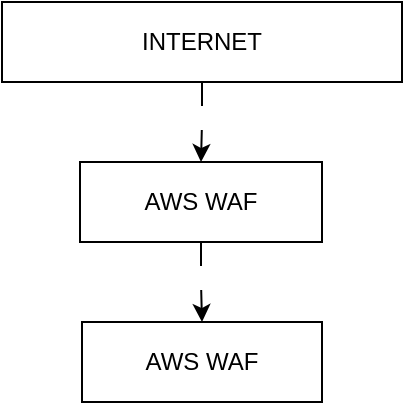
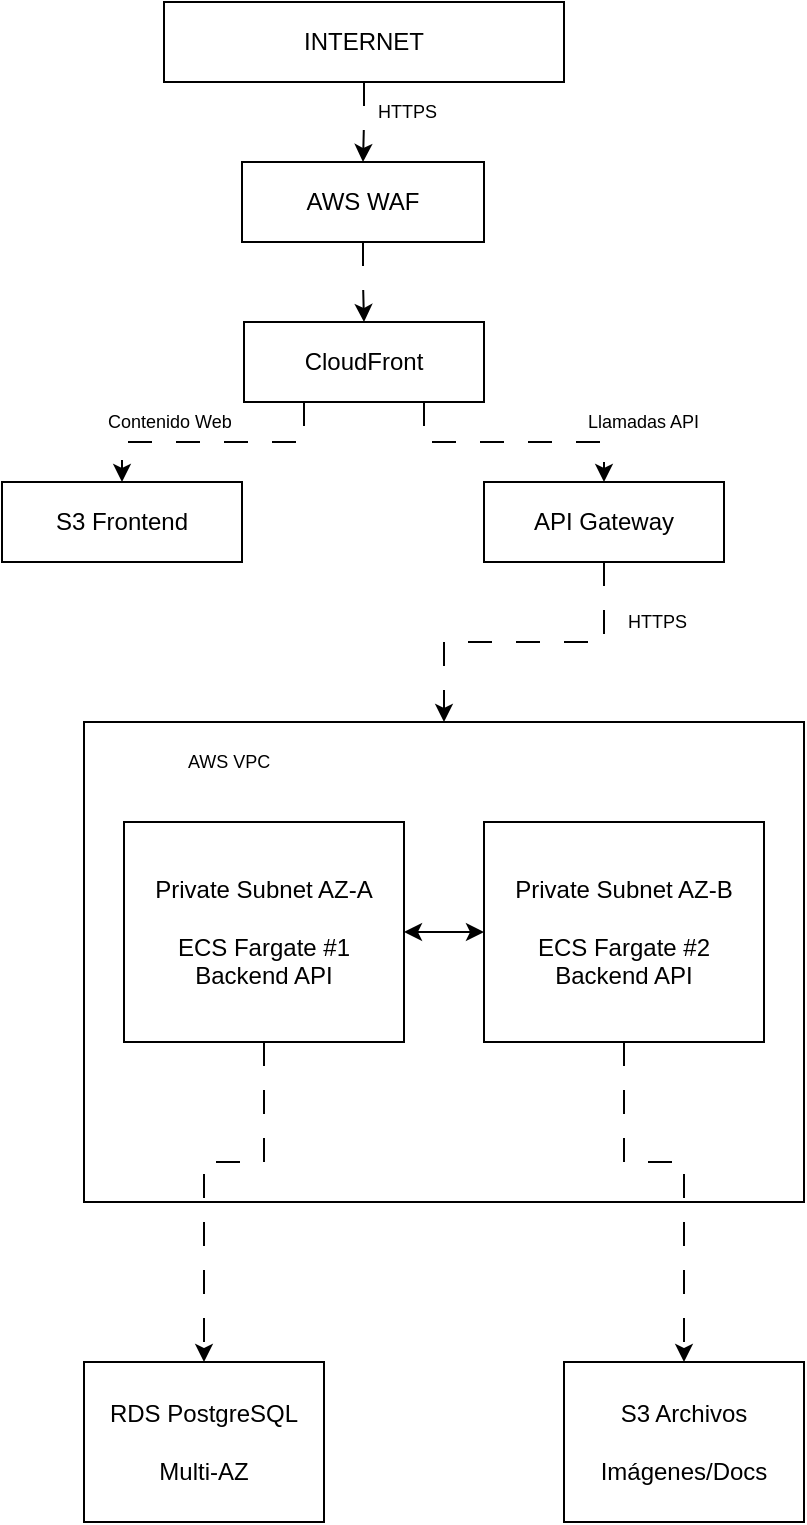
<mxfile host="app.diagrams.net">
  <diagram name="Página-1" id="5iXDUfelDgTBa-S38yCt">
-     <mxGraphModel dx="1269" dy="581" grid="1" gridSize="10" guides="1" tooltips="1" connect="1" arrows="1" fold="1" page="1" pageScale="1" pageWidth="827" pageHeight="1169" math="0" shadow="0">
+     <mxGraphModel dx="730" dy="580" grid="1" gridSize="10" guides="1" tooltips="1" connect="1" arrows="1" fold="1" page="1" pageScale="1" pageWidth="827" pageHeight="1169" math="0" shadow="0">
      <root>
        <mxCell id="0" />
        <mxCell id="1" parent="0" />
        <mxCell id="cjhfmyEN3WFEl8_9Gkc3-6" edge="1" parent="1" source="rCuTf7C3_Di3WrkqX8XD-1" style="edgeStyle=orthogonalEdgeStyle;rounded=0;orthogonalLoop=1;jettySize=auto;html=1;exitX=0.5;exitY=1;exitDx=0;exitDy=0;entryX=0.5;entryY=0;entryDx=0;entryDy=0;dashed=1;dashPattern=12 12;" target="cjhfmyEN3WFEl8_9Gkc3-2">
          <mxGeometry relative="1" as="geometry" />
        </mxCell>
        <mxCell id="rCuTf7C3_Di3WrkqX8XD-1" parent="1" style="rounded=0;whiteSpace=wrap;html=1;" value="INTERNET" vertex="1">
          <mxGeometry height="40" width="200" x="320" as="geometry" />
        </mxCell>
        <mxCell id="cjhfmyEN3WFEl8_9Gkc3-8" edge="1" parent="1" source="cjhfmyEN3WFEl8_9Gkc3-2" style="edgeStyle=orthogonalEdgeStyle;rounded=0;orthogonalLoop=1;jettySize=auto;html=1;exitX=0.5;exitY=1;exitDx=0;exitDy=0;entryX=0.5;entryY=0;entryDx=0;entryDy=0;dashed=1;dashPattern=12 12;" target="cjhfmyEN3WFEl8_9Gkc3-7">
          <mxGeometry relative="1" as="geometry" />
        </mxCell>
        <mxCell id="cjhfmyEN3WFEl8_9Gkc3-2" parent="1" style="html=1;whiteSpace=wrap;" value="AWS WAF" vertex="1">
          <mxGeometry height="40" width="121" x="359" y="80" as="geometry" />
        </mxCell>
-         <mxCell id="cjhfmyEN3WFEl8_9Gkc3-7" parent="1" style="html=1;whiteSpace=wrap;" value="AWS WAF" vertex="1">
+         <mxCell id="cjhfmyEN3WFEl8_9Gkc3-13" edge="1" parent="1" source="cjhfmyEN3WFEl8_9Gkc3-7" style="edgeStyle=orthogonalEdgeStyle;rounded=0;orthogonalLoop=1;jettySize=auto;html=1;exitX=0.75;exitY=1;exitDx=0;exitDy=0;entryX=0.5;entryY=0;entryDx=0;entryDy=0;dashed=1;dashPattern=12 12;" target="cjhfmyEN3WFEl8_9Gkc3-11">
+           <mxGeometry relative="1" as="geometry" />
+         </mxCell>
+         <mxCell id="cjhfmyEN3WFEl8_9Gkc3-14" edge="1" parent="1" source="cjhfmyEN3WFEl8_9Gkc3-7" style="edgeStyle=orthogonalEdgeStyle;rounded=0;orthogonalLoop=1;jettySize=auto;html=1;exitX=0.25;exitY=1;exitDx=0;exitDy=0;entryX=0.5;entryY=0;entryDx=0;entryDy=0;dashed=1;dashPattern=12 12;" target="cjhfmyEN3WFEl8_9Gkc3-10">
+           <mxGeometry relative="1" as="geometry" />
+         </mxCell>
+         <mxCell id="cjhfmyEN3WFEl8_9Gkc3-7" parent="1" style="html=1;whiteSpace=wrap;" value="CloudFront" vertex="1">
          <mxGeometry height="40" width="120" x="360" y="160" as="geometry" />
+         </mxCell>
+         <mxCell id="cjhfmyEN3WFEl8_9Gkc3-9" parent="1" style="text;html=1;whiteSpace=wrap;strokeColor=none;fillColor=none;align=left;verticalAlign=middle;rounded=0;autosize=1;resizable=0;fontSize=9;" value="HTTPS" vertex="1">
+           <mxGeometry height="20" width="50" x="425" y="45" as="geometry" />
+         </mxCell>
+         <mxCell id="cjhfmyEN3WFEl8_9Gkc3-10" parent="1" style="html=1;whiteSpace=wrap;" value="S3 Frontend" vertex="1">
+           <mxGeometry height="40" width="120" x="239" y="240" as="geometry" />
+         </mxCell>
+         <mxCell id="cjhfmyEN3WFEl8_9Gkc3-21" edge="1" parent="1" source="cjhfmyEN3WFEl8_9Gkc3-11" style="edgeStyle=orthogonalEdgeStyle;rounded=0;orthogonalLoop=1;jettySize=auto;html=1;exitX=0.5;exitY=1;exitDx=0;exitDy=0;entryX=0.5;entryY=0;entryDx=0;entryDy=0;dashed=1;dashPattern=12 12;" target="cjhfmyEN3WFEl8_9Gkc3-17">
+           <mxGeometry relative="1" as="geometry" />
+         </mxCell>
+         <mxCell id="cjhfmyEN3WFEl8_9Gkc3-11" parent="1" style="html=1;whiteSpace=wrap;" value="API Gateway" vertex="1">
+           <mxGeometry height="40" width="120" x="480" y="240" as="geometry" />
+         </mxCell>
+         <mxCell id="cjhfmyEN3WFEl8_9Gkc3-15" parent="1" style="text;html=1;whiteSpace=wrap;strokeColor=none;fillColor=none;align=left;verticalAlign=middle;rounded=0;autosize=1;resizable=0;fontSize=9;" value="Contenido Web" vertex="1">
+           <mxGeometry height="20" width="90" x="290" y="200" as="geometry" />
+         </mxCell>
+         <mxCell id="cjhfmyEN3WFEl8_9Gkc3-16" parent="1" style="text;html=1;whiteSpace=wrap;strokeColor=none;fillColor=none;align=left;verticalAlign=middle;rounded=0;autosize=1;resizable=0;fontSize=9;" value="Llamadas API" vertex="1">
+           <mxGeometry height="20" width="80" x="530" y="200" as="geometry" />
+         </mxCell>
+         <mxCell id="cjhfmyEN3WFEl8_9Gkc3-17" parent="1" style="html=1;whiteSpace=wrap;" value="" vertex="1">
+           <mxGeometry height="240" width="360" x="280" y="360" as="geometry" />
+         </mxCell>
+         <mxCell id="cjhfmyEN3WFEl8_9Gkc3-22" edge="1" parent="1" source="cjhfmyEN3WFEl8_9Gkc3-18" style="edgeStyle=orthogonalEdgeStyle;rounded=0;orthogonalLoop=1;jettySize=auto;html=1;exitX=1;exitY=0.5;exitDx=0;exitDy=0;startArrow=classic;startFill=1;" target="cjhfmyEN3WFEl8_9Gkc3-19">
+           <mxGeometry relative="1" as="geometry" />
+         </mxCell>
+         <mxCell id="cjhfmyEN3WFEl8_9Gkc3-30" edge="1" parent="1" source="cjhfmyEN3WFEl8_9Gkc3-18" style="edgeStyle=orthogonalEdgeStyle;rounded=0;orthogonalLoop=1;jettySize=auto;html=1;exitX=0.5;exitY=1;exitDx=0;exitDy=0;entryX=0.5;entryY=0;entryDx=0;entryDy=0;dashed=1;dashPattern=12 12;" target="cjhfmyEN3WFEl8_9Gkc3-27">
+           <mxGeometry relative="1" as="geometry">
+             <Array as="points">
+               <mxPoint x="370" y="580" />
+               <mxPoint x="340" y="580" />
+             </Array>
+           </mxGeometry>
+         </mxCell>
+         <mxCell id="cjhfmyEN3WFEl8_9Gkc3-18" parent="1" style="html=1;whiteSpace=wrap;" value="Private Subnet AZ-A&lt;div&gt;&lt;br&gt;&lt;/div&gt;&lt;div&gt;ECS Fargate #1&lt;/div&gt;&lt;div&gt;Backend API&lt;/div&gt;" vertex="1">
+           <mxGeometry height="110" width="140" x="300" y="410" as="geometry" />
+         </mxCell>
+         <mxCell id="cjhfmyEN3WFEl8_9Gkc3-31" edge="1" parent="1" source="cjhfmyEN3WFEl8_9Gkc3-19" style="edgeStyle=orthogonalEdgeStyle;rounded=0;orthogonalLoop=1;jettySize=auto;html=1;exitX=0.5;exitY=1;exitDx=0;exitDy=0;entryX=0.5;entryY=0;entryDx=0;entryDy=0;dashed=1;dashPattern=12 12;" target="cjhfmyEN3WFEl8_9Gkc3-28">
+           <mxGeometry relative="1" as="geometry">
+             <Array as="points">
+               <mxPoint x="550" y="580" />
+               <mxPoint x="580" y="580" />
+             </Array>
+           </mxGeometry>
+         </mxCell>
+         <mxCell id="cjhfmyEN3WFEl8_9Gkc3-19" parent="1" style="html=1;whiteSpace=wrap;" value="Private Subnet AZ-B&lt;div&gt;&lt;br&gt;&lt;/div&gt;&lt;div&gt;ECS Fargate #2&lt;/div&gt;&lt;div&gt;Backend API&lt;/div&gt;" vertex="1">
+           <mxGeometry height="110" width="140" x="480" y="410" as="geometry" />
+         </mxCell>
+         <mxCell id="cjhfmyEN3WFEl8_9Gkc3-20" parent="1" style="text;html=1;whiteSpace=wrap;strokeColor=none;fillColor=none;align=left;verticalAlign=middle;rounded=0;autosize=1;resizable=0;fontSize=9;" value="AWS VPC" vertex="1">
+           <mxGeometry height="20" width="60" x="330" y="370" as="geometry" />
+         </mxCell>
+         <mxCell id="cjhfmyEN3WFEl8_9Gkc3-23" parent="1" style="text;html=1;whiteSpace=wrap;strokeColor=none;fillColor=none;align=left;verticalAlign=middle;rounded=0;autosize=1;resizable=0;fontSize=9;" value="HTTPS" vertex="1">
+           <mxGeometry height="20" width="50" x="550" y="300" as="geometry" />
+         </mxCell>
+         <mxCell id="cjhfmyEN3WFEl8_9Gkc3-27" parent="1" style="html=1;whiteSpace=wrap;" value="RDS PostgreSQL&lt;div&gt;&lt;br&gt;&lt;/div&gt;&lt;div&gt;Multi-AZ&lt;/div&gt;" vertex="1">
+           <mxGeometry height="80" width="120" x="280" y="680" as="geometry" />
+         </mxCell>
+         <mxCell id="cjhfmyEN3WFEl8_9Gkc3-28" parent="1" style="html=1;whiteSpace=wrap;" value="S3 Archivos&lt;div&gt;&lt;br&gt;&lt;/div&gt;&lt;div&gt;Imágenes/Docs&lt;/div&gt;" vertex="1">
+           <mxGeometry height="80" width="120" x="520" y="680" as="geometry" />
        </mxCell>
      </root>
    </mxGraphModel>
  </diagram>
</mxfile>
